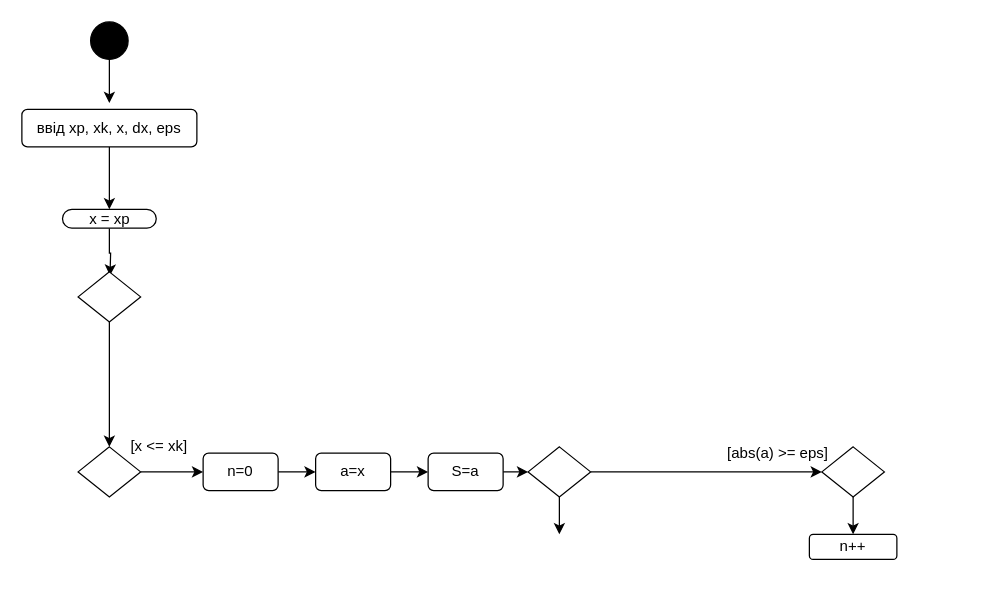
Earlier version of the draw.io diagram page "Страница 2" (2 of 2) of Диаграмма без названия.drawio (Sofiia213/4.7). Source tidied: cells renumbered, new cells numbered last; positions are measured from the earlier drawing's top-left corner, leaving out a move shared by most shapes. Both pictures are drawn from the tidied source at 125%, with x=0, y=0 at pixel (21, 21).
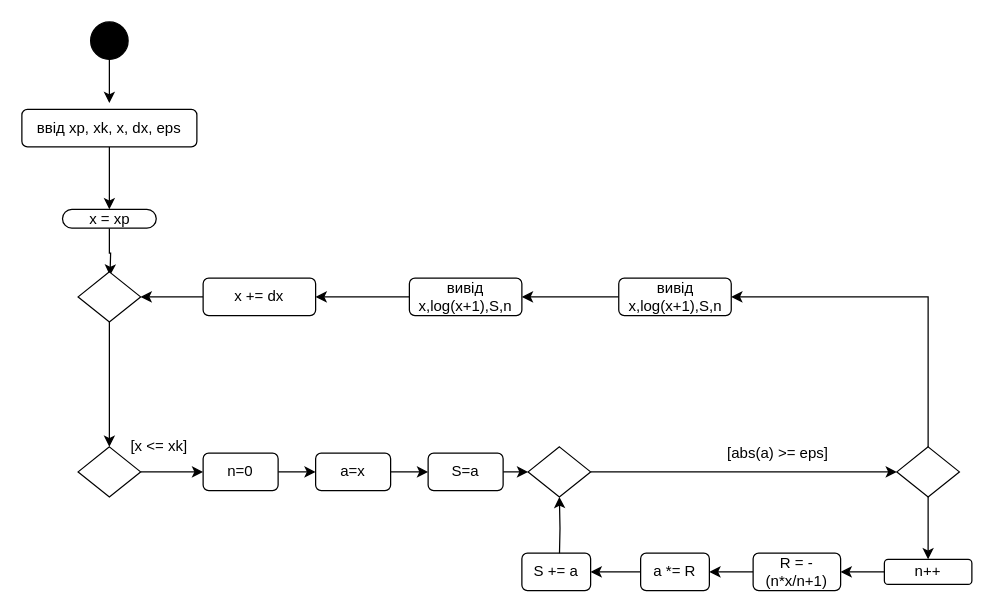
Above is the later version.

The change refers to these unchanged cells:
```xml
<mxCell id="9" style="rhombus;whiteSpace=wrap;html=1;fillColor=#FFFFFF;" parent="1" vertex="1">
  <mxGeometry x="45" y="200" width="50" height="40" as="geometry" />
</mxCell>
<mxCell id="21" style="rhombus;whiteSpace=wrap;html=1;fillColor=#FFFFFF;" parent="1" vertex="1">
  <mxGeometry x="405" y="340" width="50" height="40" as="geometry" />
</mxCell>
```

The edit, as a diff of the source:
```diff
@@
-    <mxCell id="19" style="edgeStyle=orthogonalEdgeStyle;rounded=0;jettySize=auto;html=1;" parent="1" edge="1" source="21">
-      <mxGeometry relative="1" as="geometry">
-        <mxPoint x="430" y="410" as="targetPoint" />
-      </mxGeometry>
-    </mxCell>
@@
-    <mxCell id="22" style="edgeStyle=orthogonalEdgeStyle;rounded=0;jettySize=auto;html=1;" parent="1" edge="1" source="23">
-      <mxGeometry relative="1" as="geometry">
-        <mxPoint x="665" y="410" as="targetPoint" />
-      </mxGeometry>
+    <mxCell id="22" style="edgeStyle=orthogonalEdgeStyle;rounded=0;jettySize=auto;html=1;entryX=0.5;entryY=0;entryDx=0;entryDy=0;" parent="1" edge="1" source="23" target="25">
+      <mxGeometry relative="1" as="geometry" />
     </mxCell>
+    <mxCell id="26" style="edgeStyle=orthogonalEdgeStyle;rounded=0;jettySize=auto;html=1;" parent="1" edge="1" source="23" target="35">
+      <mxGeometry relative="1" as="geometry">
+        <Array as="points">
+          <mxPoint x="725" y="220" />
+        </Array>
+      </mxGeometry>
+    </mxCell>
     <mxCell id="23" style="rhombus;whiteSpace=wrap;html=1;fillColor=#FFFFFF;" parent="1" vertex="1">
-      <mxGeometry x="640" y="340" width="50" height="40" as="geometry" />
+      <mxGeometry x="700" y="340" width="50" height="40" as="geometry" />
     </mxCell>
@@
+    <mxCell id="27" style="edgeStyle=orthogonalEdgeStyle;rounded=0;jettySize=auto;html=1;" parent="1" edge="1" source="25" target="29">
+      <mxGeometry relative="1" as="geometry" />
+    </mxCell>
     <mxCell id="25" value="n++" style="rounded=1;whiteSpace=wrap;html=1;fillColor=#FFFFFF;" parent="1" vertex="1">
-      <mxGeometry x="630" y="410" width="70" height="20" as="geometry" />
+      <mxGeometry x="690" y="430" width="70" height="20" as="geometry" />
     </mxCell>
+    <mxCell id="28" style="edgeStyle=orthogonalEdgeStyle;rounded=0;jettySize=auto;html=1;" parent="1" edge="1" source="29" target="31">
+      <mxGeometry relative="1" as="geometry" />
+    </mxCell>
+    <mxCell id="29" value="R = -(n*x/n+1)" style="rounded=1;whiteSpace=wrap;html=1;fillColor=#FFFFFF;" parent="1" vertex="1">
+      <mxGeometry x="585" y="425" width="70" height="30" as="geometry" />
+    </mxCell>
+    <mxCell id="30" style="edgeStyle=orthogonalEdgeStyle;rounded=0;jettySize=auto;html=1;" parent="1" edge="1" source="31" target="33">
+      <mxGeometry relative="1" as="geometry" />
+    </mxCell>
+    <mxCell id="31" value="a *= R" style="rounded=1;whiteSpace=wrap;html=1;fillColor=#FFFFFF;" parent="1" vertex="1">
+      <mxGeometry x="495" y="425" width="55" height="30" as="geometry" />
+    </mxCell>
+    <mxCell id="32" style="edgeStyle=orthogonalEdgeStyle;rounded=0;jettySize=auto;html=1;entryX=0.5;entryY=1;entryDx=0;entryDy=0;" parent="1" edge="1" target="21">
+      <mxGeometry relative="1" as="geometry">
+        <mxPoint x="430" y="430" as="sourcePoint" />
+      </mxGeometry>
+    </mxCell>
+    <mxCell id="33" value="S += a" style="rounded=1;whiteSpace=wrap;html=1;fillColor=#FFFFFF;" parent="1" vertex="1">
+      <mxGeometry x="400" y="425" width="55" height="30" as="geometry" />
+    </mxCell>
+    <mxCell id="34" style="edgeStyle=orthogonalEdgeStyle;rounded=0;jettySize=auto;html=1;" parent="1" edge="1" source="35" target="37">
+      <mxGeometry relative="1" as="geometry" />
+    </mxCell>
+    <mxCell id="35" value="вивід x,log(x+1),S,n" style="rounded=1;whiteSpace=wrap;html=1;" parent="1" vertex="1">
+      <mxGeometry x="477.5" y="205" width="90" height="30" as="geometry" />
+    </mxCell>
+    <mxCell id="36" style="edgeStyle=orthogonalEdgeStyle;rounded=0;jettySize=auto;html=1;" parent="1" edge="1" source="37" target="39">
+      <mxGeometry relative="1" as="geometry" />
+    </mxCell>
+    <mxCell id="37" value="вивід x,log(x+1),S,n" style="rounded=1;whiteSpace=wrap;html=1;" parent="1" vertex="1">
+      <mxGeometry x="310" y="205" width="90" height="30" as="geometry" />
+    </mxCell>
+    <mxCell id="38" style="edgeStyle=orthogonalEdgeStyle;rounded=0;jettySize=auto;html=1;entryX=1;entryY=0.5;entryDx=0;entryDy=0;" parent="1" edge="1" source="39" target="9">
+      <mxGeometry relative="1" as="geometry" />
+    </mxCell>
+    <mxCell id="39" value="x += dx" style="rounded=1;whiteSpace=wrap;html=1;" parent="1" vertex="1">
+      <mxGeometry x="145" y="205" width="90" height="30" as="geometry" />
+    </mxCell>
```
